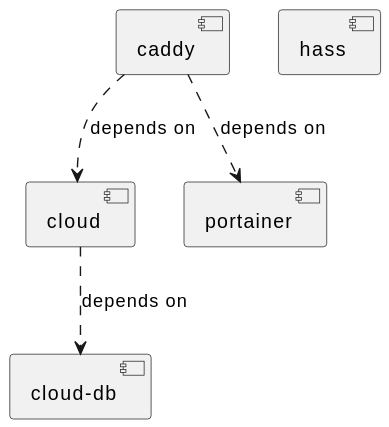
The PlantUML diagram services_graph.svg in CS-Tao/pi-services, before a commit.
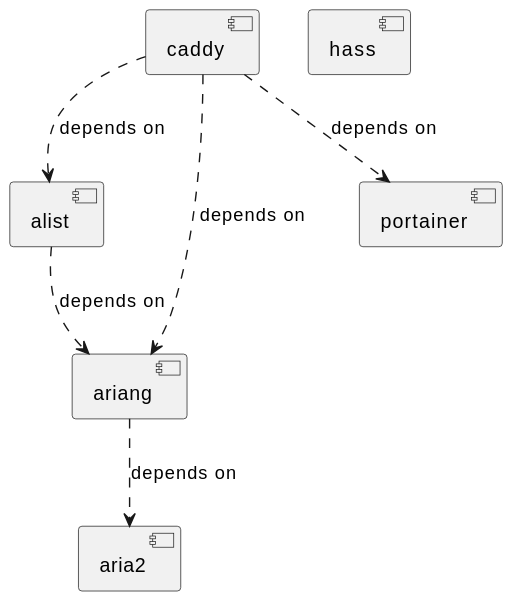
After the change.

Commit message:
deploy: 72e5304ec3bd3ff5f431bd01093b96a8f06edcbd

The edit, as a diff of the source:
```diff
@@ -1,11 +1,14 @@
 @startuml
 skinparam componentStyle uml2
+[alist]
+[aria2]
+[ariang]
 [caddy]
-[cloud]
-[cloud-db]
 [hass]
 [portainer]
-[caddy] ..> [cloud] : depends on
+[alist] ..> [ariang] : depends on
+[ariang] ..> [aria2] : depends on
+[caddy] ..> [alist] : depends on
+[caddy] ..> [ariang] : depends on
 [caddy] ..> [portainer] : depends on
-[cloud] ..> [cloud-db] : depends on
 @enduml
```
